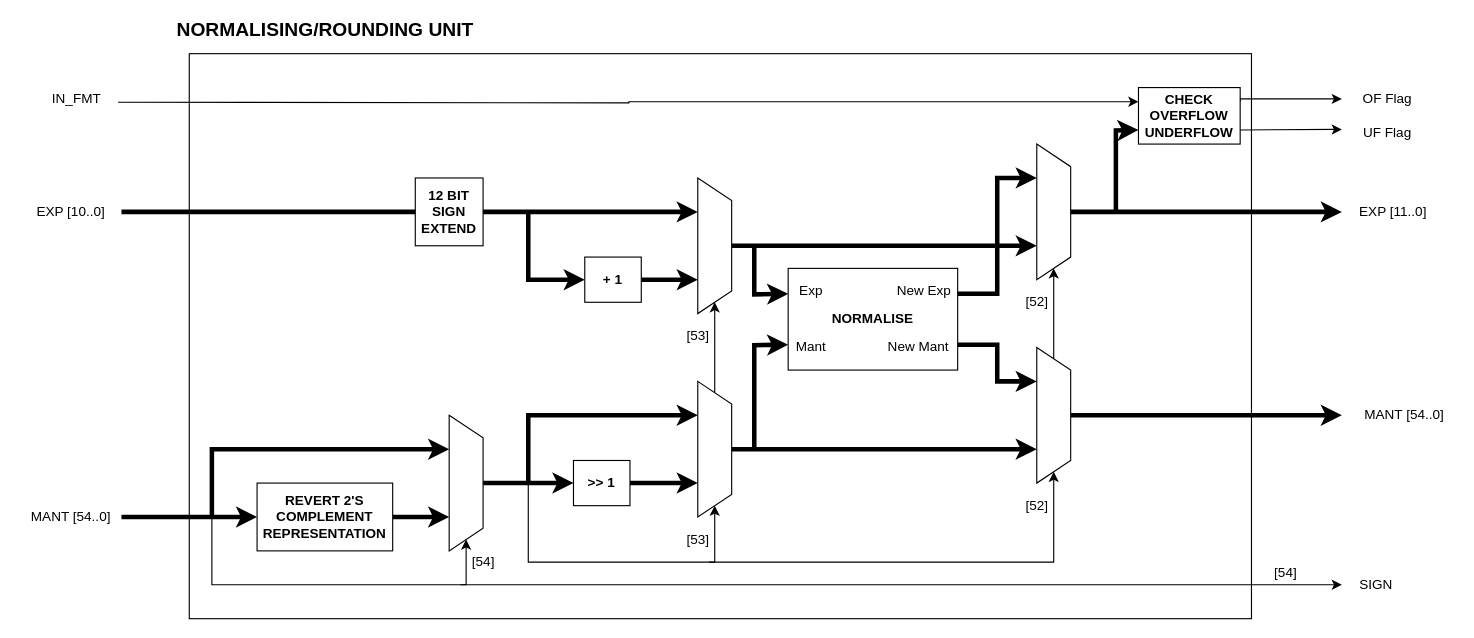
Before: page "Normalising/Rounding Unit" (5 of 15) of Diagrams/Floating-point.drawio in hohaicongthuan/Project-2, a draw.io diagram. Source tidied: cells renumbered, new cells numbered last; positions are measured from the earlier drawing's top-left corner, leaving out a move shared by most shapes. Both pictures are drawn from the tidied source at 113%, with x=0, y=0 at pixel (19, 19).
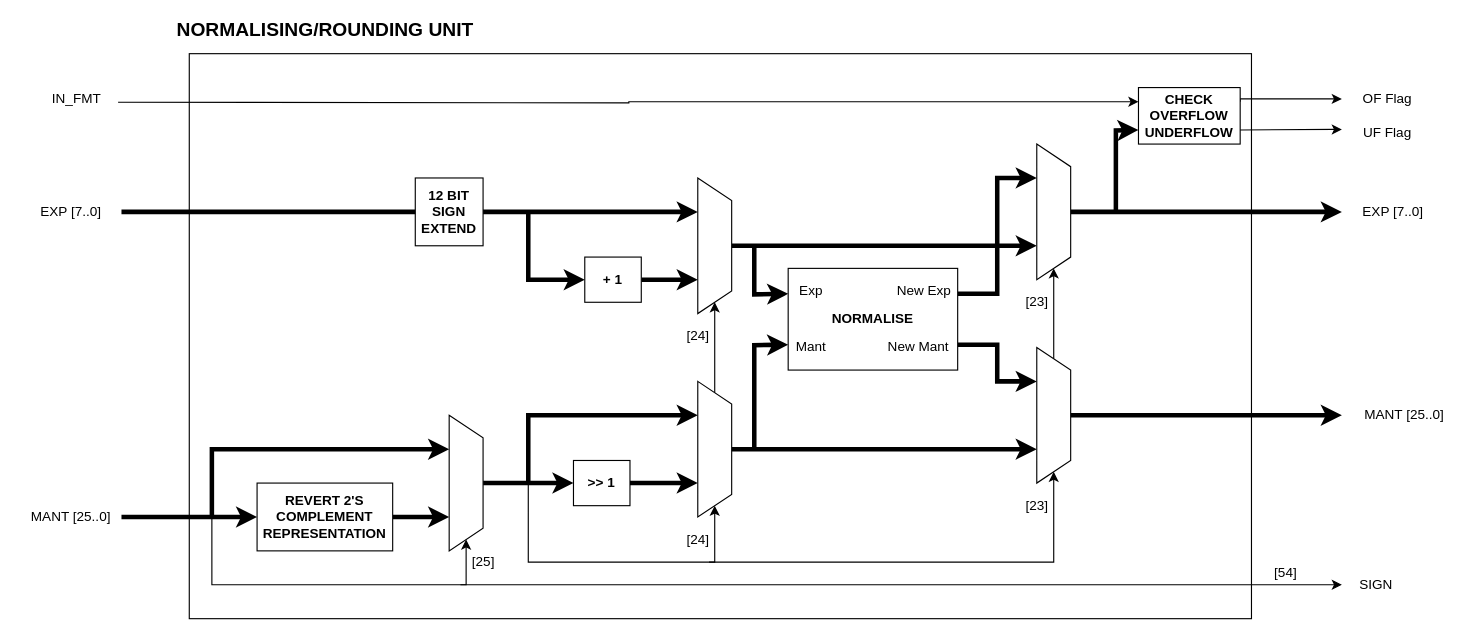
After the change.

What changed in the source:
```diff
@@
-    <mxCell id="4" value="EXP [10..0]" style="text;html=1;align=center;verticalAlign=middle;strokeColor=none;fillColor=none;" parent="1" vertex="1">
-      <mxGeometry x="5" y="160" width="80" height="20" as="geometry" />
+    <mxCell id="4" value="EXP [7..0]" style="text;html=1;align=center;verticalAlign=middle;strokeColor=none;fillColor=none;" parent="1" vertex="1">
+      <mxGeometry x="10" y="160" width="70" height="20" as="geometry" />
     </mxCell>
@@
-    <mxCell id="6" value="MANT [54..0]" style="text;html=1;align=center;verticalAlign=middle;strokeColor=none;fillColor=none;" parent="1" vertex="1">
+    <mxCell id="6" value="MANT [25..0]" style="text;html=1;align=center;verticalAlign=middle;strokeColor=none;fillColor=none;" parent="1" vertex="1">
       <mxGeometry y="430" width="90" height="20" as="geometry" />
     </mxCell>
@@
-    <mxCell id="13" value="[54]" style="text;html=1;align=center;verticalAlign=middle;strokeColor=none;fillColor=none;" parent="1" vertex="1">
+    <mxCell id="13" value="[25]" style="text;html=1;align=center;verticalAlign=middle;strokeColor=none;fillColor=none;" parent="1" vertex="1">
       <mxGeometry x="390" y="470" width="40" height="20" as="geometry" />
     </mxCell>
@@
-    <mxCell id="20" value="[53]" style="text;html=1;align=center;verticalAlign=middle;strokeColor=none;fillColor=none;" parent="1" vertex="1">
+    <mxCell id="20" value="[24]" style="text;html=1;align=center;verticalAlign=middle;strokeColor=none;fillColor=none;" parent="1" vertex="1">
       <mxGeometry x="580" y="450" width="40" height="20" as="geometry" />
     </mxCell>
@@
-    <mxCell id="34" value="EXP [11..0]" style="text;html=1;align=center;verticalAlign=middle;strokeColor=none;fillColor=none;" parent="1" vertex="1">
-      <mxGeometry x="1175" y="160" width="80" height="20" as="geometry" />
+    <mxCell id="34" value="EXP [7..0]" style="text;html=1;align=center;verticalAlign=middle;strokeColor=none;fillColor=none;" parent="1" vertex="1">
+      <mxGeometry x="1180" y="160" width="70" height="20" as="geometry" />
     </mxCell>
-    <mxCell id="35" value="MANT [54..0]" style="text;html=1;align=center;verticalAlign=middle;strokeColor=none;fillColor=none;" parent="1" vertex="1">
+    <mxCell id="35" value="MANT [25..0]" style="text;html=1;align=center;verticalAlign=middle;strokeColor=none;fillColor=none;" parent="1" vertex="1">
       <mxGeometry x="1180" y="340" width="90" height="20" as="geometry" />
     </mxCell>
@@
-    <mxCell id="42" value="[52]" style="text;html=1;align=center;verticalAlign=middle;strokeColor=none;fillColor=none;" parent="1" vertex="1">
+    <mxCell id="42" value="[23]" style="text;html=1;align=center;verticalAlign=middle;strokeColor=none;fillColor=none;" parent="1" vertex="1">
       <mxGeometry x="880" y="420" width="40" height="20" as="geometry" />
     </mxCell>
@@
-    <mxCell id="56" value="[53]" style="text;html=1;align=center;verticalAlign=middle;strokeColor=none;fillColor=none;" parent="1" vertex="1">
+    <mxCell id="56" value="[24]" style="text;html=1;align=center;verticalAlign=middle;strokeColor=none;fillColor=none;" parent="1" vertex="1">
       <mxGeometry x="580" y="270" width="40" height="20" as="geometry" />
     </mxCell>
-    <mxCell id="57" value="[52]" style="text;html=1;align=center;verticalAlign=middle;strokeColor=none;fillColor=none;" parent="1" vertex="1">
+    <mxCell id="57" value="[23]" style="text;html=1;align=center;verticalAlign=middle;strokeColor=none;fillColor=none;" parent="1" vertex="1">
       <mxGeometry x="880" y="240" width="40" height="20" as="geometry" />
     </mxCell>
```
